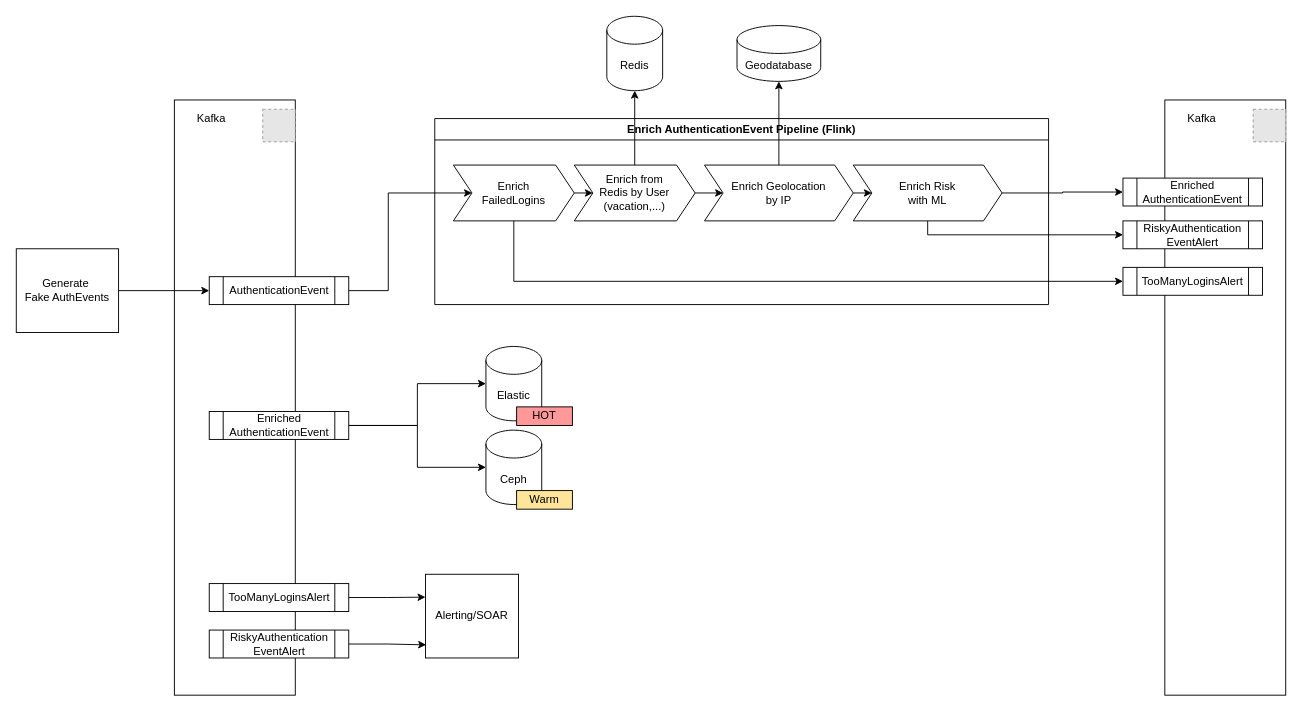
denniskniep/AuthEventsAnalyse keeps this draw.io diagram as EnrichAuthenticationEventPipline.drawio. Above is the earlier version. Source tidied: cells renumbered, new cells numbered last; positions are measured from the earlier drawing's top-left corner, leaving out a move shared by most shapes. Both pictures are drawn from the tidied source at 93%, with x=0, y=0 at pixel (16, 16). Pictures stored in the file or linked from it are replaced by grey dashed boxes.
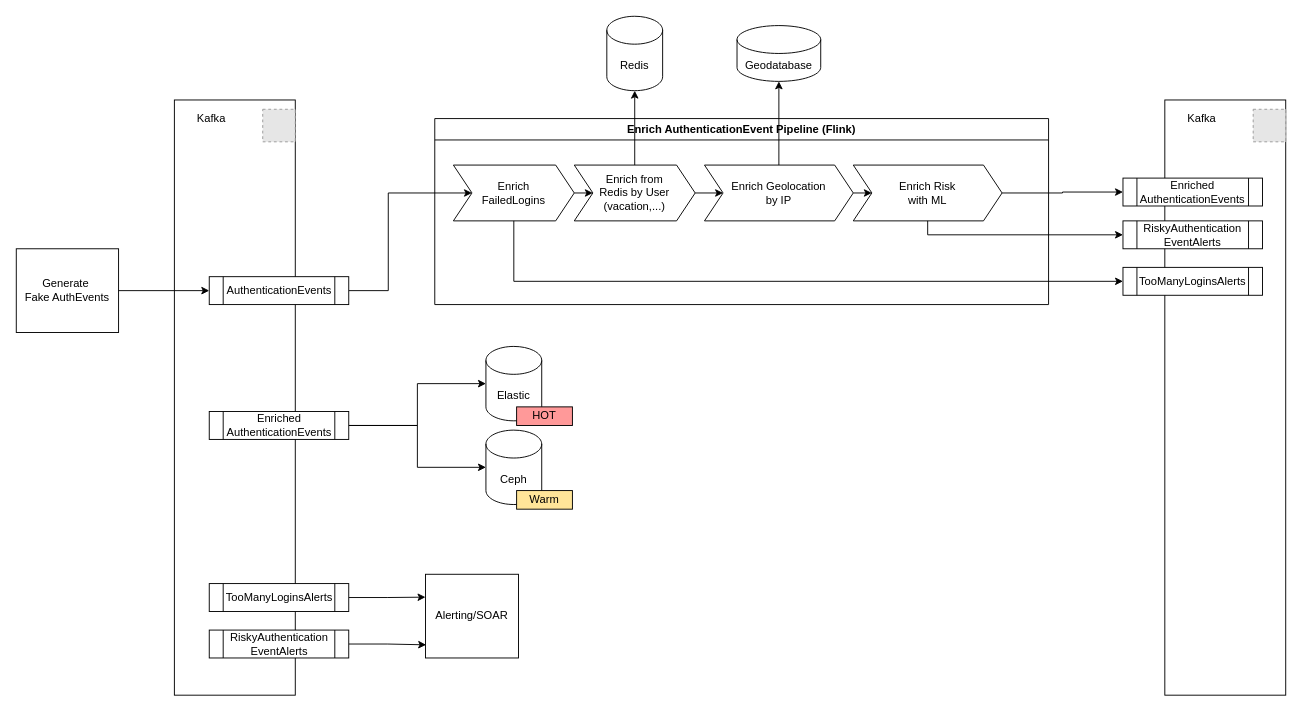
After the change.

Diff of the diagram source:
```diff
@@
-    <mxCell id="6" value="AuthenticationEvent" style="shape=process;whiteSpace=wrap;html=1;backgroundOutline=1;" parent="1" vertex="1">
+    <mxCell id="6" value="AuthenticationEvents" style="shape=process;whiteSpace=wrap;html=1;backgroundOutline=1;" parent="1" vertex="1">
       <mxGeometry x="207.5" y="280" width="150" height="30" as="geometry" />
     </mxCell>
@@
-    <mxCell id="19" value="TooManyLoginsAlert" style="shape=process;whiteSpace=wrap;html=1;backgroundOutline=1;" parent="1" vertex="1">
+    <mxCell id="19" value="TooManyLoginsAlerts" style="shape=process;whiteSpace=wrap;html=1;backgroundOutline=1;" parent="1" vertex="1">
       <mxGeometry x="1190" y="270" width="150" height="30" as="geometry" />
     </mxCell>
-    <mxCell id="20" value="Enriched&lt;br&gt;AuthenticationEvent" style="shape=process;whiteSpace=wrap;html=1;backgroundOutline=1;" parent="1" vertex="1">
+    <mxCell id="20" value="Enriched&lt;br&gt;AuthenticationEvents" style="shape=process;whiteSpace=wrap;html=1;backgroundOutline=1;" parent="1" vertex="1">
       <mxGeometry x="1190" y="174" width="150" height="30" as="geometry" />
     </mxCell>
@@
-    <mxCell id="23" value="Enriched&lt;br&gt;AuthenticationEvent" style="shape=process;whiteSpace=wrap;html=1;backgroundOutline=1;" parent="1" vertex="1">
+    <mxCell id="23" value="Enriched&lt;br&gt;AuthenticationEvents" style="shape=process;whiteSpace=wrap;html=1;backgroundOutline=1;" parent="1" vertex="1">
       <mxGeometry x="207.5" y="425" width="150" height="30" as="geometry" />
     </mxCell>
@@
-    <mxCell id="25" value="TooManyLoginsAlert" style="shape=process;whiteSpace=wrap;html=1;backgroundOutline=1;" parent="1" vertex="1">
+    <mxCell id="25" value="TooManyLoginsAlerts" style="shape=process;whiteSpace=wrap;html=1;backgroundOutline=1;" parent="1" vertex="1">
       <mxGeometry x="207.5" y="610" width="150" height="30" as="geometry" />
     </mxCell>
@@
-    <mxCell id="28" value="RiskyAuthentication&lt;br&gt;EventAlert" style="shape=process;whiteSpace=wrap;html=1;backgroundOutline=1;" parent="1" vertex="1">
+    <mxCell id="28" value="RiskyAuthentication&lt;br&gt;EventAlerts" style="shape=process;whiteSpace=wrap;html=1;backgroundOutline=1;" parent="1" vertex="1">
       <mxGeometry x="1190" y="220" width="150" height="30" as="geometry" />
     </mxCell>
@@
-    <mxCell id="32" value="RiskyAuthentication&lt;br&gt;EventAlert" style="shape=process;whiteSpace=wrap;html=1;backgroundOutline=1;" parent="1" vertex="1">
+    <mxCell id="32" value="RiskyAuthentication&lt;br&gt;EventAlerts" style="shape=process;whiteSpace=wrap;html=1;backgroundOutline=1;" parent="1" vertex="1">
       <mxGeometry x="207.5" y="660" width="150" height="30" as="geometry" />
     </mxCell>
```
